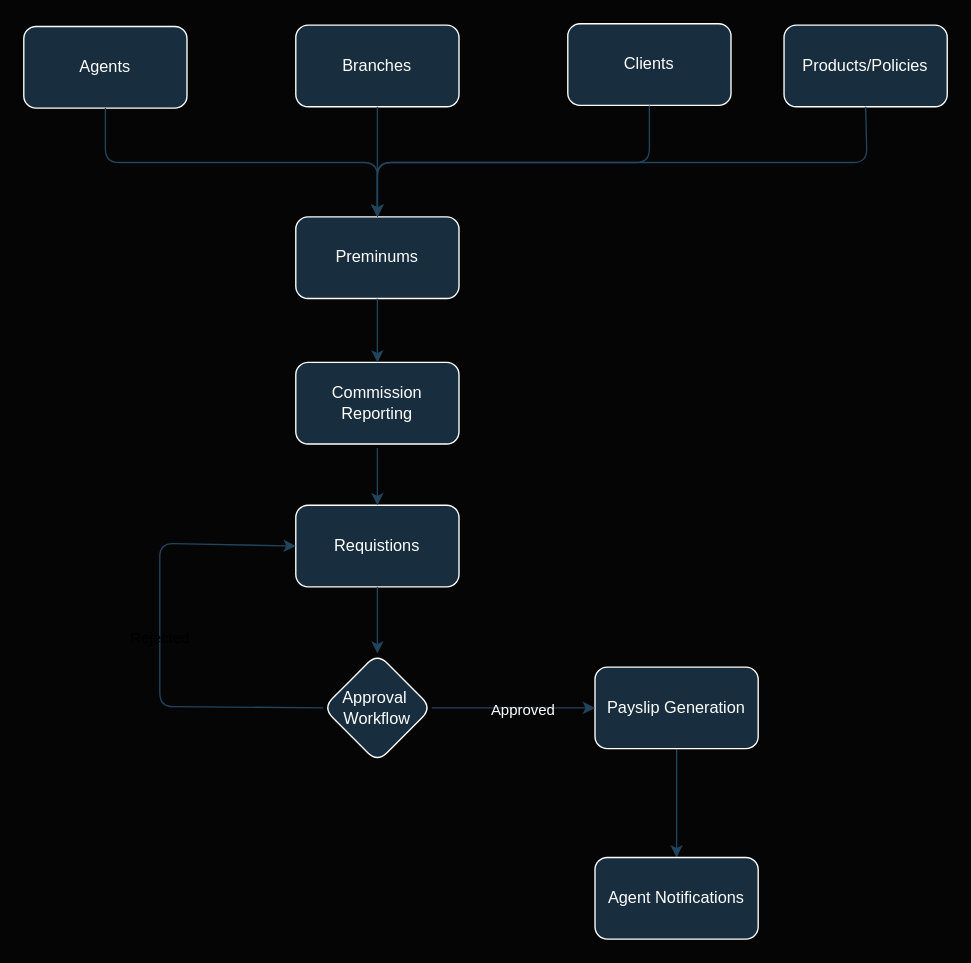
nyashaChiza/design keeps this draw.io diagram as wire-frame-commission.drawio. Above is the earlier version. Source tidied: cells renumbered, new cells numbered last; positions are measured from the earlier drawing's top-left corner, leaving out a move shared by most shapes. Both pictures are drawn from the tidied source at 136%, with x=0, y=0 at pixel (23, 23).
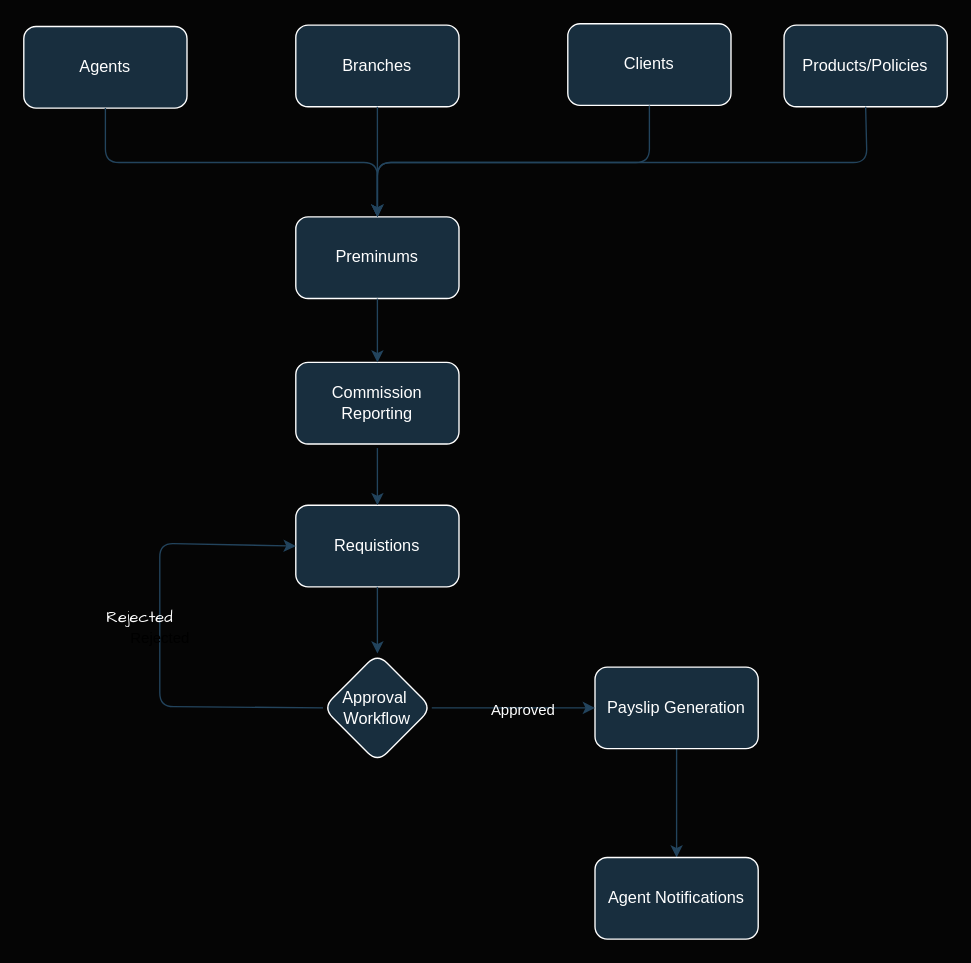
After the change.

What changed in the source:
```diff
@@
+    <mxCell id="23" value="&lt;font color=&quot;#ffffff&quot;&gt;Rejected&lt;/font&gt;" style="text;html=1;align=center;verticalAlign=middle;strokeColor=none;fillColor=none;fontFamily=Architects Daughter;" parent="1" vertex="1">
+      <mxGeometry x="51" y="424" width="67" height="26" as="geometry" />
+    </mxCell>
```
